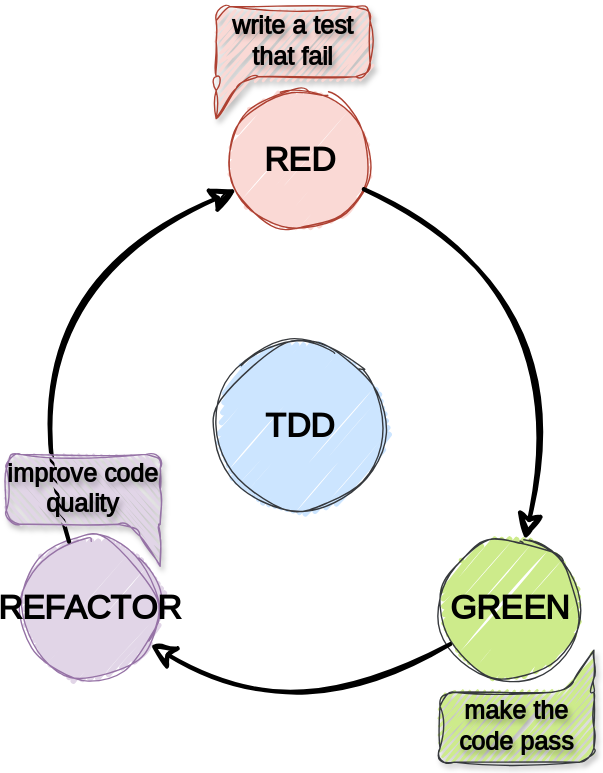
Above: lectures/figures/tdd.drawio.svg in pintergreg/software-engineering (draw.io), before the change. Source tidied: cells renumbered, new cells last; positions are measured from the earlier drawing's top-left corner, leaving out a move shared by most shapes.
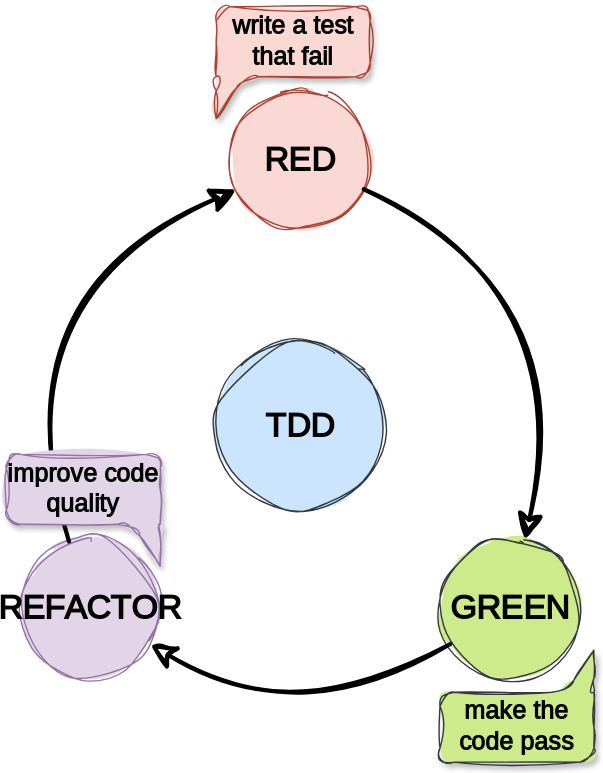
After the commit.

Commit message:
Use solid fill and remove shadeow #33

Diff of the diagram source:
```diff
@@ -2,16 +2,16 @@
   <root>
     <mxCell id="0" />
     <mxCell id="1" parent="0" />
-    <mxCell id="2" value="REFACTOR" style="ellipse;whiteSpace=wrap;html=1;fillColor=#e1d5e7;strokeColor=#9673a6;fontFamily=Delicious Handrawn;fontSource=https%3A%2F%2Ffonts.googleapis.com%2Fcss%3Ffamily%3DDelicious%2BHandrawn;fontSize=24;sketch=1;curveFitting=1;jiggle=2;fillWeight=4;fontStyle=1;" parent="1" vertex="1">
+    <mxCell id="2" value="REFACTOR" style="ellipse;whiteSpace=wrap;html=1;fillColor=#e1d5e7;strokeColor=#9673a6;fontFamily=Delicious Handrawn;fontSource=https%3A%2F%2Ffonts.googleapis.com%2Fcss%3Ffamily%3DDelicious%2BHandrawn;fontSize=24;sketch=1;curveFitting=1;jiggle=2;fillWeight=4;fontStyle=1;fillStyle=solid;" parent="1" vertex="1">
       <mxGeometry x="20" y="380" width="100" height="100" as="geometry" />
     </mxCell>
-    <mxCell id="3" value="GREEN" style="ellipse;whiteSpace=wrap;html=1;fillColor=#cdeb8b;strokeColor=#36393d;fontFamily=Delicious Handrawn;fontSource=https%3A%2F%2Ffonts.googleapis.com%2Fcss%3Ffamily%3DDelicious%2BHandrawn;fontSize=24;sketch=1;curveFitting=1;jiggle=2;fillWeight=4;fontStyle=1;textShadow=0;" parent="1" vertex="1">
+    <mxCell id="3" value="GREEN" style="ellipse;whiteSpace=wrap;html=1;fillColor=#cdeb8b;strokeColor=#36393d;fontFamily=Delicious Handrawn;fontSource=https%3A%2F%2Ffonts.googleapis.com%2Fcss%3Ffamily%3DDelicious%2BHandrawn;fontSize=24;sketch=1;curveFitting=1;jiggle=2;fillWeight=4;fontStyle=1;textShadow=0;fillStyle=solid;" parent="1" vertex="1">
       <mxGeometry x="320" y="380" width="100" height="100" as="geometry" />
     </mxCell>
-    <mxCell id="4" value="RED" style="ellipse;whiteSpace=wrap;html=1;fillColor=#fad9d5;strokeColor=#ae4132;fontFamily=Delicious Handrawn;fontSource=https%3A%2F%2Ffonts.googleapis.com%2Fcss%3Ffamily%3DDelicious%2BHandrawn;fontSize=24;sketch=1;curveFitting=1;jiggle=2;fillWeight=4;fontStyle=1;" parent="1" vertex="1">
+    <mxCell id="4" value="RED" style="ellipse;whiteSpace=wrap;html=1;fillColor=#fad9d5;strokeColor=#ae4132;fontFamily=Delicious Handrawn;fontSource=https%3A%2F%2Ffonts.googleapis.com%2Fcss%3Ffamily%3DDelicious%2BHandrawn;fontSize=24;sketch=1;curveFitting=1;jiggle=2;fillWeight=4;fontStyle=1;fillStyle=solid;" parent="1" vertex="1">
       <mxGeometry x="170" y="60" width="100" height="100" as="geometry" />
     </mxCell>
-    <mxCell id="5" value="TDD" style="ellipse;whiteSpace=wrap;html=1;fillColor=#cce5ff;strokeColor=#36393d;fontFamily=Delicious Handrawn;fontSource=https%3A%2F%2Ffonts.googleapis.com%2Fcss%3Ffamily%3DDelicious%2BHandrawn;fontSize=24;sketch=1;curveFitting=1;jiggle=2;fillWeight=4;fontStyle=1;" parent="1" vertex="1">
+    <mxCell id="5" value="TDD" style="ellipse;whiteSpace=wrap;html=1;fillColor=#cce5ff;strokeColor=#36393d;fontFamily=Delicious Handrawn;fontSource=https%3A%2F%2Ffonts.googleapis.com%2Fcss%3Ffamily%3DDelicious%2BHandrawn;fontSize=24;sketch=1;curveFitting=1;jiggle=2;fillWeight=4;fontStyle=1;fillStyle=solid;" parent="1" vertex="1">
       <mxGeometry x="160" y="240" width="120" height="120" as="geometry" />
     </mxCell>
     <mxCell id="6" style="curved=1;endArrow=classic;html=1;rounded=0;strokeWidth=3;sketch=1;curveFitting=1;jiggle=2;endSize=12;" parent="1" edge="1" source="2" target="4">
@@ -35,13 +35,13 @@
         </Array>
       </mxGeometry>
     </mxCell>
-    <mxCell id="9" value="&lt;div&gt;make the&lt;/div&gt;&lt;div&gt;code pass&lt;/div&gt;" style="shape=callout;whiteSpace=wrap;html=1;perimeter=calloutPerimeter;rounded=1;base=20;size=30;position=0;rotation=0;position2=0;horizontal=1;flipV=1;flipH=1;sketch=1;curveFitting=1;jiggle=2;fillColor=#cdeb8b;strokeColor=#36393d;fontFamily=Delicious Handrawn;fontSource=https%3A%2F%2Ffonts.googleapis.com%2Fcss%3Ffamily%3DDelicious%2BHandrawn;fontSize=18;fillWeight=2;fontStyle=1;textShadow=1;shadow=1;" parent="1" vertex="1">
+    <mxCell id="9" value="&lt;div&gt;make the&lt;/div&gt;&lt;div&gt;code pass&lt;/div&gt;" style="shape=callout;whiteSpace=wrap;html=1;perimeter=calloutPerimeter;rounded=1;base=20;size=30;position=0;rotation=0;position2=0;horizontal=1;flipV=1;flipH=1;sketch=1;curveFitting=1;jiggle=2;fillColor=#cdeb8b;strokeColor=#36393d;fontFamily=Delicious Handrawn;fontSource=https%3A%2F%2Ffonts.googleapis.com%2Fcss%3Ffamily%3DDelicious%2BHandrawn;fontSize=18;fillWeight=2;fontStyle=1;textShadow=0;shadow=1;fillStyle=solid;" parent="1" vertex="1">
       <mxGeometry x="320" y="460" width="110" height="80" as="geometry" />
     </mxCell>
-    <mxCell id="10" value="improve code quality" style="shape=callout;whiteSpace=wrap;html=1;perimeter=calloutPerimeter;rounded=1;base=20;size=30;position=0;rotation=0;position2=0;horizontal=1;flipV=0;flipH=1;sketch=1;curveFitting=1;jiggle=2;fillColor=#e1d5e7;strokeColor=#9673a6;fontFamily=Delicious Handrawn;fontSource=https%3A%2F%2Ffonts.googleapis.com%2Fcss%3Ffamily%3DDelicious%2BHandrawn;fontSize=18;fillWeight=2;fontStyle=1;textShadow=1;shadow=1;" parent="1" vertex="1">
+    <mxCell id="10" value="improve code quality" style="shape=callout;whiteSpace=wrap;html=1;perimeter=calloutPerimeter;rounded=1;base=20;size=30;position=0;rotation=0;position2=0;horizontal=1;flipV=0;flipH=1;sketch=1;curveFitting=1;jiggle=2;fillColor=#e1d5e7;strokeColor=#9673a6;fontFamily=Delicious Handrawn;fontSource=https%3A%2F%2Ffonts.googleapis.com%2Fcss%3Ffamily%3DDelicious%2BHandrawn;fontSize=18;fillWeight=2;fontStyle=1;textShadow=0;shadow=1;fillStyle=solid;" parent="1" vertex="1">
       <mxGeometry x="10" y="320" width="110" height="80" as="geometry" />
     </mxCell>
-    <mxCell id="11" value="write a test that fail" style="shape=callout;whiteSpace=wrap;html=1;perimeter=calloutPerimeter;rounded=1;base=20;size=30;position=0;rotation=0;position2=0;horizontal=1;flipV=0;flipH=0;fillColor=#fad9d5;strokeColor=#ae4132;fontFamily=Delicious Handrawn;fontSource=https%3A%2F%2Ffonts.googleapis.com%2Fcss%3Ffamily%3DDelicious%2BHandrawn;fontSize=18;fillWeight=2;sketch=1;curveFitting=1;jiggle=2;fontStyle=1;labelBackgroundColor=none;labelBorderColor=none;textShadow=1;shadow=1;" parent="1" vertex="1">
+    <mxCell id="11" value="write a test that fail" style="shape=callout;whiteSpace=wrap;html=1;perimeter=calloutPerimeter;rounded=1;base=20;size=30;position=0;rotation=0;position2=0;horizontal=1;flipV=0;flipH=0;fillColor=#fad9d5;strokeColor=#ae4132;fontFamily=Delicious Handrawn;fontSource=https%3A%2F%2Ffonts.googleapis.com%2Fcss%3Ffamily%3DDelicious%2BHandrawn;fontSize=18;fillWeight=2;sketch=1;curveFitting=1;jiggle=2;fontStyle=1;labelBackgroundColor=none;labelBorderColor=none;textShadow=0;shadow=1;fillStyle=solid;" parent="1" vertex="1">
       <mxGeometry x="160" width="110" height="80" as="geometry" />
     </mxCell>
   </root>
```
